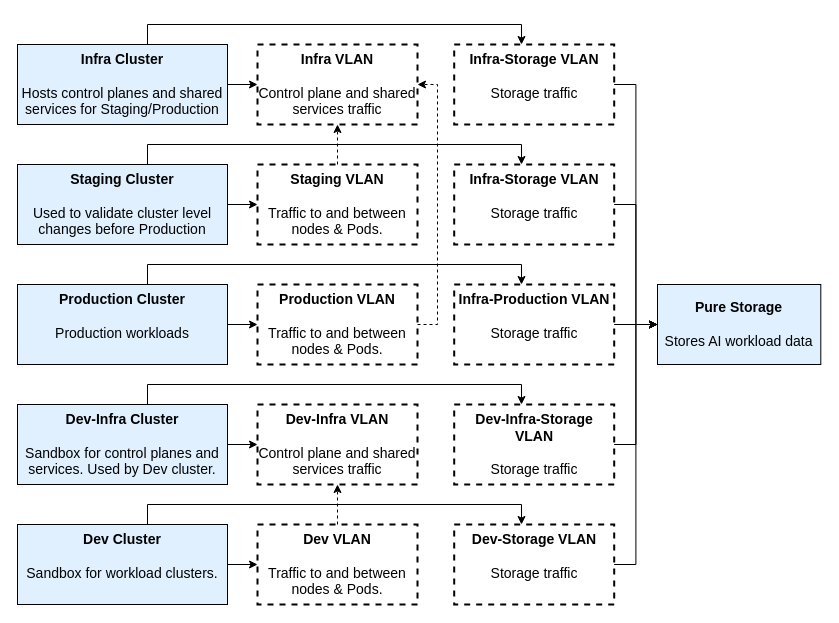
Before: page "VLANs_Option1" (3 of 6) of diagrams/architecture-diagrams.drawio in CCI-MOC/ai-ivp, a draw.io diagram. Source tidied: cells renumbered, new cells numbered last; positions are measured from the earlier drawing's top-left corner, leaving out a move shared by most shapes. Both pictures are drawn from the tidied source at 100%, with x=0, y=0 at pixel (17, 24).
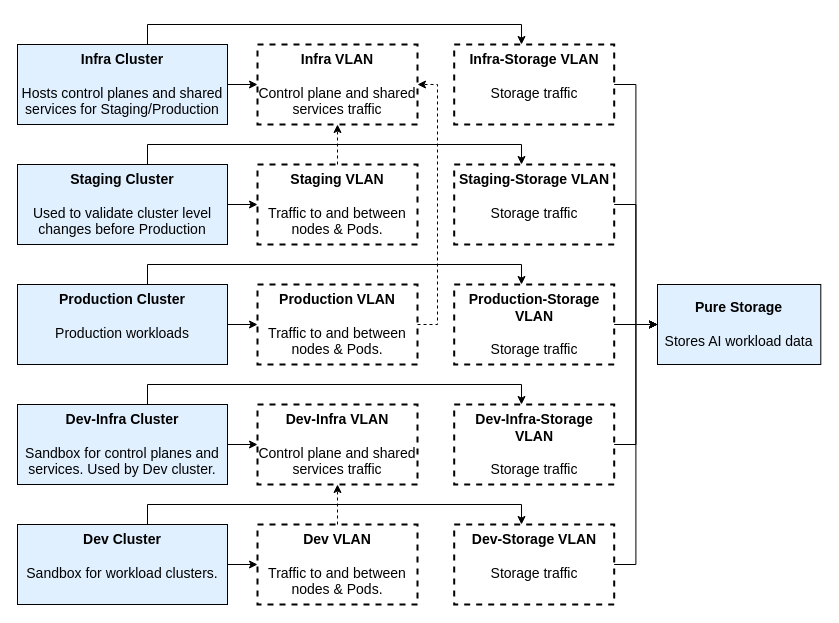
The same page after the edit.

Diff of the diagram source:
```diff
@@
-    <mxCell id="12" value="&lt;b&gt;Infra-Storage VLAN&lt;/b&gt;&lt;br&gt;&lt;br&gt;Storage traffic" style="rounded=0;whiteSpace=wrap;html=1;strokeWidth=2;strokeColor=default;dashed=1;fillColor=none;fontSize=14;verticalAlign=top;" parent="1" vertex="1">
+    <mxCell id="12" value="&lt;b&gt;Staging-Storage VLAN&lt;/b&gt;&lt;br&gt;&lt;br&gt;Storage traffic" style="rounded=0;whiteSpace=wrap;html=1;strokeWidth=2;strokeColor=default;dashed=1;fillColor=none;fontSize=14;verticalAlign=top;" parent="1" vertex="1">
       <mxGeometry x="436.7" y="140" width="160" height="80" as="geometry" />
     </mxCell>
@@
-    <mxCell id="19" value="&lt;b&gt;Infra-Production VLAN&lt;/b&gt;&lt;br&gt;&lt;br&gt;Storage traffic" style="rounded=0;whiteSpace=wrap;html=1;strokeWidth=2;strokeColor=default;dashed=1;fillColor=none;fontSize=14;verticalAlign=top;" parent="1" vertex="1">
+    <mxCell id="19" value="&lt;b&gt;Production-Storage VLAN&lt;/b&gt;&lt;br&gt;&lt;br&gt;Storage traffic" style="rounded=0;whiteSpace=wrap;html=1;strokeWidth=2;strokeColor=default;dashed=1;fillColor=none;fontSize=14;verticalAlign=top;" parent="1" vertex="1">
       <mxGeometry x="436.7" y="260" width="160" height="80" as="geometry" />
     </mxCell>
```
